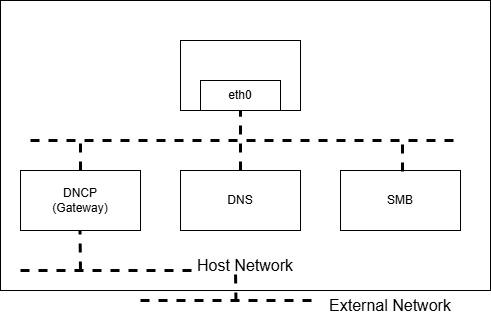
Tim-tech1209/Linux keeps this draw.io diagram as lpic_305_part1/02_qemu/qumu_images/qemu_network_image.drawio.png. Above is the earlier version. Source tidied: cells renumbered, new cells last; positions are measured from the earlier drawing's top-left corner, leaving out a move shared by most shapes. Its diagram source:
```xml
<mxGraphModel>
  <root>
    <mxCell id="0" />
    <mxCell id="1" parent="0" />
    <mxCell id="2" style="rounded=0;whiteSpace=wrap;html=1;" parent="1" vertex="1">
      <mxGeometry width="490" height="290" as="geometry" />
    </mxCell>
    <mxCell id="3" style="rounded=0;whiteSpace=wrap;html=1;" parent="1" vertex="1">
      <mxGeometry x="180" y="40" width="120" height="70" as="geometry" />
    </mxCell>
    <mxCell id="4" value="eth0" style="rounded=0;whiteSpace=wrap;html=1;" parent="1" vertex="1">
      <mxGeometry x="200" y="80" width="80" height="30" as="geometry" />
    </mxCell>
    <mxCell id="5" value="DNCP&lt;br&gt;(Gateway)" style="rounded=0;whiteSpace=wrap;html=1;" parent="1" vertex="1">
      <mxGeometry x="20" y="170" width="120" height="60" as="geometry" />
    </mxCell>
    <mxCell id="6" value="DNS" style="rounded=0;whiteSpace=wrap;html=1;" parent="1" vertex="1">
      <mxGeometry x="180" y="170" width="120" height="60" as="geometry" />
    </mxCell>
    <mxCell id="7" value="SMB" style="rounded=0;whiteSpace=wrap;html=1;" parent="1" vertex="1">
      <mxGeometry x="340" y="170" width="120" height="60" as="geometry" />
    </mxCell>
    <mxCell id="8" style="endArrow=none;dashed=1;html=1;rounded=0;strokeWidth=3;" parent="1" edge="1">
      <mxGeometry relative="1" as="geometry">
        <mxPoint x="30" y="140" as="sourcePoint" />
        <mxPoint x="460" y="140" as="targetPoint" />
      </mxGeometry>
    </mxCell>
    <mxCell id="9" style="endArrow=none;dashed=1;html=1;rounded=0;strokeWidth=3;exitX=0.5;exitY=0;exitDx=0;exitDy=0;entryX=0.5;entryY=1;entryDx=0;entryDy=0;" parent="1" edge="1" source="6" target="4">
      <mxGeometry relative="1" as="geometry" />
    </mxCell>
    <mxCell id="10" style="endArrow=none;dashed=1;html=1;rounded=0;exitX=0.5;exitY=0;exitDx=0;exitDy=0;strokeWidth=3;" parent="1" edge="1" source="5">
      <mxGeometry relative="1" as="geometry">
        <mxPoint x="80" y="140" as="targetPoint" />
      </mxGeometry>
    </mxCell>
    <mxCell id="11" style="endArrow=none;dashed=1;html=1;rounded=0;exitX=0.5;exitY=0;exitDx=0;exitDy=0;strokeWidth=3;" parent="1" edge="1">
      <mxGeometry relative="1" as="geometry">
        <mxPoint x="402" y="171" as="sourcePoint" />
        <mxPoint x="402" y="141" as="targetPoint" />
      </mxGeometry>
    </mxCell>
    <mxCell id="12" style="endArrow=none;dashed=1;html=1;rounded=0;strokeWidth=3;" parent="1" edge="1">
      <mxGeometry relative="1" as="geometry">
        <mxPoint x="20" y="270" as="sourcePoint" />
        <mxPoint x="200" y="270" as="targetPoint" />
      </mxGeometry>
    </mxCell>
    <mxCell id="13" style="endArrow=none;dashed=1;html=1;rounded=0;strokeWidth=3;entryX=0.5;entryY=1;entryDx=0;entryDy=0;" parent="1" edge="1">
      <mxGeometry relative="1" as="geometry">
        <mxPoint x="80" y="270" as="sourcePoint" />
        <mxPoint x="79.5" y="230" as="targetPoint" />
      </mxGeometry>
    </mxCell>
    <mxCell id="14" value="&lt;font style=&quot;font-size: 16px;&quot;&gt;Host Network&lt;/font&gt;" style="text;html=1;whiteSpace=wrap;strokeColor=none;fillColor=none;align=center;verticalAlign=middle;rounded=0;" parent="1" vertex="1">
      <mxGeometry x="190" y="250" width="110" height="30" as="geometry" />
    </mxCell>
    <mxCell id="15" style="endArrow=none;dashed=1;html=1;rounded=0;strokeWidth=3;" parent="1" edge="1">
      <mxGeometry relative="1" as="geometry">
        <mxPoint x="140" y="300" as="sourcePoint" />
        <mxPoint x="320" y="300" as="targetPoint" />
      </mxGeometry>
    </mxCell>
    <mxCell id="16" style="endArrow=none;dashed=1;html=1;rounded=0;strokeWidth=3;" parent="1" edge="1">
      <mxGeometry relative="1" as="geometry">
        <mxPoint x="235.5" y="301" as="sourcePoint" />
        <mxPoint x="235" y="271" as="targetPoint" />
      </mxGeometry>
    </mxCell>
    <mxCell id="17" value="&lt;font style=&quot;font-size: 16px;&quot;&gt;External Network&lt;/font&gt;" style="text;html=1;whiteSpace=wrap;strokeColor=none;fillColor=none;align=center;verticalAlign=middle;rounded=0;" parent="1" vertex="1">
      <mxGeometry x="320" y="290" width="140" height="30" as="geometry" />
    </mxCell>
  </root>
</mxGraphModel>
```
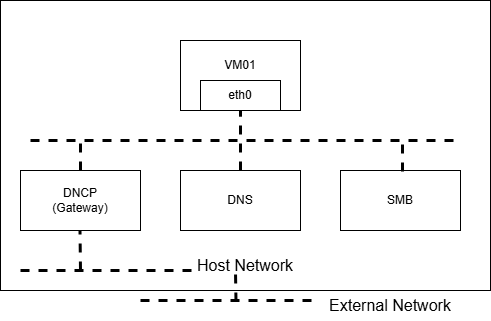
Above is the later version.

Change to the diagram source:
```diff
@@ -70,5 +70,8 @@
     <mxCell id="17" value="&lt;font style=&quot;font-size: 16px;&quot;&gt;External Network&lt;/font&gt;" style="text;html=1;whiteSpace=wrap;strokeColor=none;fillColor=none;align=center;verticalAlign=middle;rounded=0;" parent="1" vertex="1">
       <mxGeometry x="320" y="290" width="140" height="30" as="geometry" />
     </mxCell>
+    <mxCell id="18" value="VM01" style="text;html=1;whiteSpace=wrap;strokeColor=none;fillColor=none;align=center;verticalAlign=middle;rounded=0;" parent="1" vertex="1">
+      <mxGeometry x="210" y="50" width="60" height="30" as="geometry" />
+    </mxCell>
   </root>
 </mxGraphModel>
```
